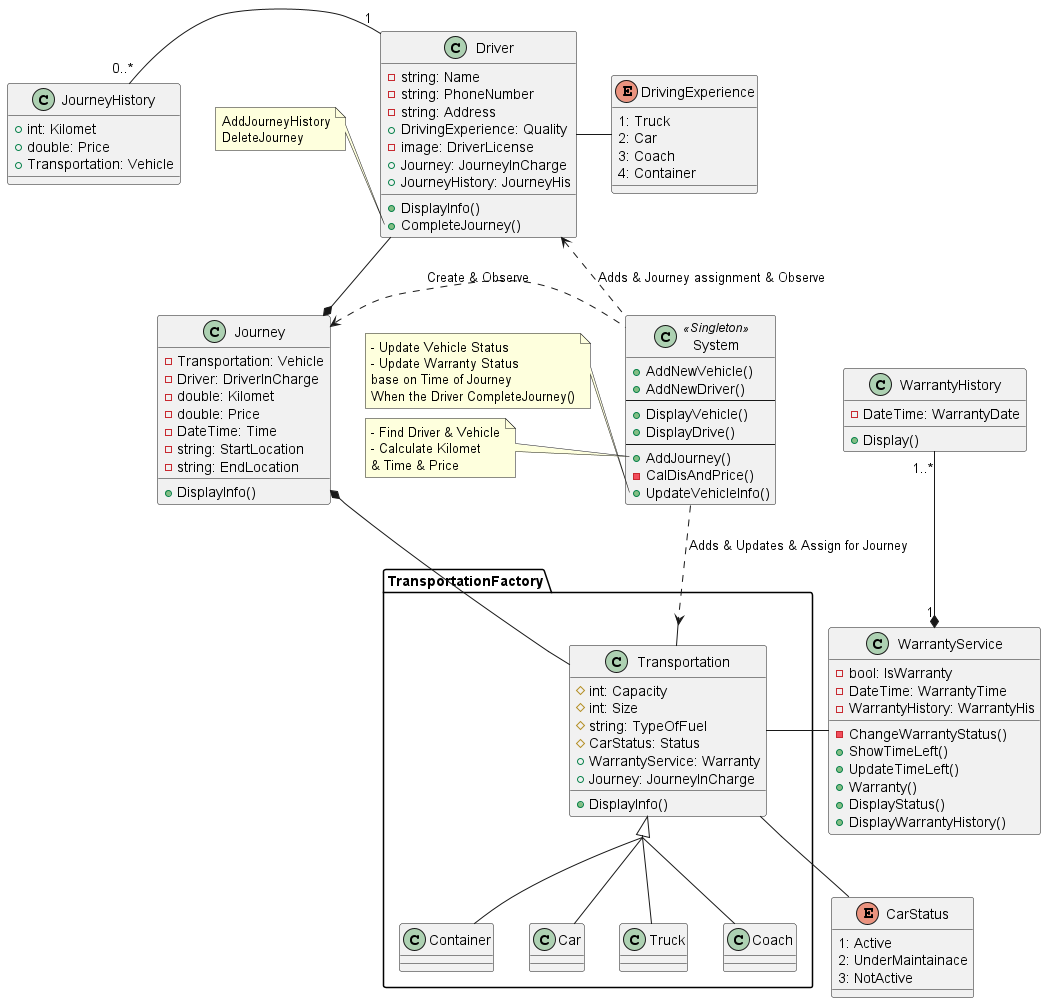
Before: out/Diagram/BTL-LTNC/quan_ly_xe.png, a diagram exported from PlantUML (SirGreen/BTL-LTNC). The source it was exported from:
```plantuml
@startuml quan_ly_xe
skinparam groupInheritance 3

package TransportationFactory <<Folder>>{

    class Transportation{
        # int: Capacity
        # int: Size
        # string: TypeOfFuel
        # CarStatus: Status
        + WarrantyService: Warranty
        + Journey: JourneyInCharge
        + DisplayInfo()
    }

    class Container{
    }

    class Car{
    }

    class Truck{
    }

    class Coach {
}
}

class WarrantyService{
    - bool: IsWarranty
    - DateTime: WarrantyTime
    - WarrantyHistory: WarrantyHis

    - ChangeWarrantyStatus()
    + ShowTimeLeft()
    + UpdateTimeLeft()
    + Warranty()
    + DisplayStatus()
    + DisplayWarrantyHistory()
}

class WarrantyHistory{
    - DateTime: WarrantyDate
    + Display()
}

enum CarStatus{
    1: Active
    2: UnderMaintainace
    3: NotActive
}
class Driver{
    - string: Name
    - string: PhoneNumber
    - string: Address
    + DrivingExperience: Quality
    - image: DriverLicense
    + Journey: JourneyInCharge
    + JourneyHistory: JourneyHis
    + DisplayInfo()
    + CompleteJourney()
}
note left of Driver::CompleteJourney()
    AddJourneyHistory
    DeleteJourney
end note

class Journey{
    - Transportation: Vehicle
    - Driver: DriverInCharge
    - double: Kilomet
    - double: Price
    - DateTime: Time
    - string: StartLocation
    - string: EndLocation
    + DisplayInfo()
}

class JourneyHistory{
    + int: Kilomet
    + double: Price
    + Transportation: Vehicle
}

class System <<Singleton>>{
    + AddNewVehicle()
    + AddNewDriver()
    --
    + DisplayVehicle()
    + DisplayDrive()
    --
    + AddJourney()
    - CalDisAndPrice()
    + UpdateVehicleInfo()
}

note left of System::UpdateVehicleInfo
    - Update Vehicle Status
    - Update Warranty Status
    base on Time of Journey
    When the Driver CompleteJourney()
end note

note left of System::AddJourney
    - Find Driver & Vehicle
    - Calculate Kilomet
    & Time & Price
end note

enum DrivingExperience{
    1: Truck
    2: Car
    3: Coach
    4: Container
}

Transportation <|-- Truck
Transportation <|-- Car
Transportation <|-- Coach
Transportation <|-- Container
Transportation -right- WarrantyService
Driver -right- DrivingExperience
Driver -down-*Journey
CarStatus -up- Transportation
WarrantyService "1" *-up- "1..*" WarrantyHistory
System -down[dashed]-> Transportation: Adds & Updates & Assign for Journey
System -left[dashed]-> Driver: Adds & Journey assignment & Observe
Journey <-right[dashed]- System: Create & Observe
Transportation -left-*Journey
Driver "1"-left-"0..*" JourneyHistory
@enduml
```
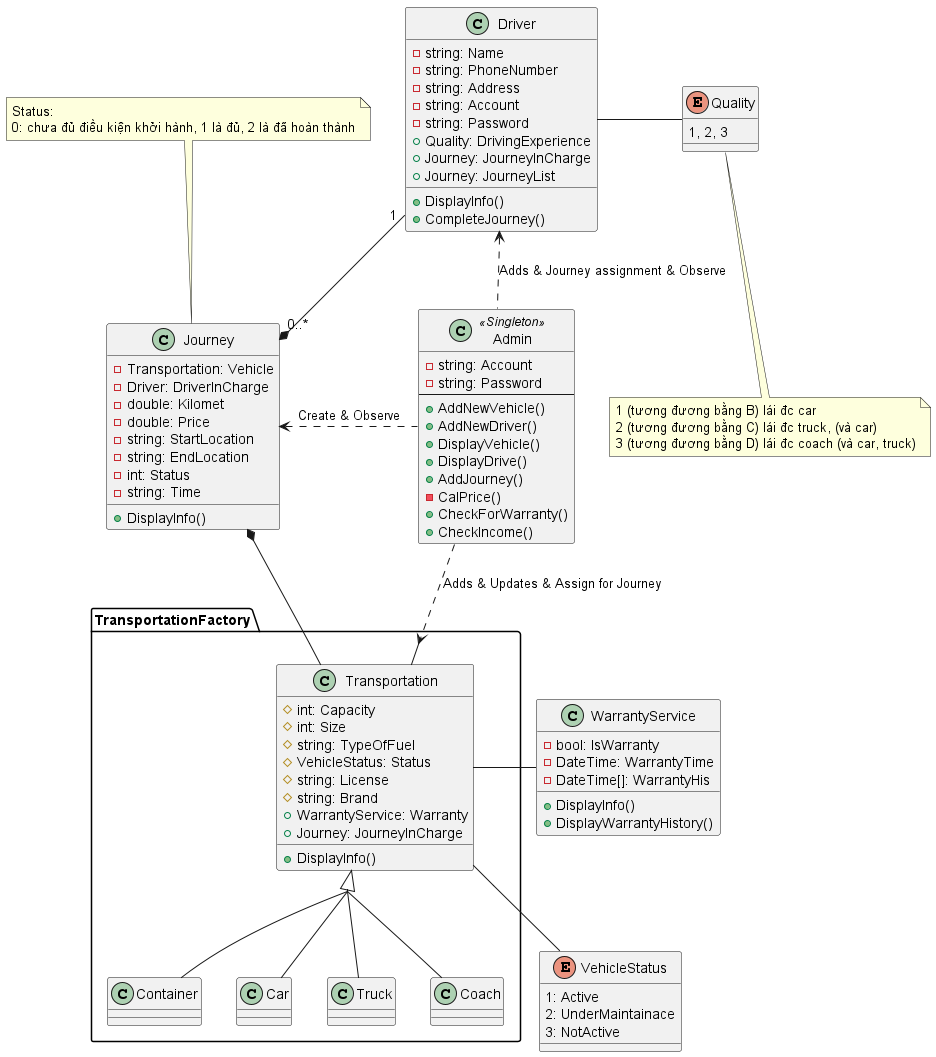
The same file after the commit.

Change to the diagram source:
```diff
@@ -7,7 +7,9 @@
         # int: Capacity
         # int: Size
         # string: TypeOfFuel
-        # CarStatus: Status
+        # VehicleStatus: Status
+        # string: License
+        # string: Brand
         + WarrantyService: Warranty
         + Journey: JourneyInCharge
         + DisplayInfo()
@@ -23,28 +25,19 @@
     }
 
     class Coach {
-}
+    }
 }
 
 class WarrantyService{
     - bool: IsWarranty
     - DateTime: WarrantyTime
-    - WarrantyHistory: WarrantyHis
-
-    - ChangeWarrantyStatus()
-    + ShowTimeLeft()
-    + UpdateTimeLeft()
-    + Warranty()
-    + DisplayStatus()
+    - DateTime[]: WarrantyHis
+    + DisplayInfo()
     + DisplayWarrantyHistory()
 }
 
-class WarrantyHistory{
-    - DateTime: WarrantyDate
-    + Display()
-}
 
-enum CarStatus{
+enum VehicleStatus{
     1: Active
     2: UnderMaintainace
     3: NotActive
@@ -53,79 +46,66 @@
     - string: Name
     - string: PhoneNumber
     - string: Address
-    + DrivingExperience: Quality
-    - image: DriverLicense
+    - string: Account
+    - string: Password
+    + Quality: DrivingExperience
     + Journey: JourneyInCharge
-    + JourneyHistory: JourneyHis
+    + Journey: JourneyList
     + DisplayInfo()
     + CompleteJourney()
 }
-note left of Driver::CompleteJourney()
-    AddJourneyHistory
-    DeleteJourney
-end note
 
 class Journey{
     - Transportation: Vehicle
     - Driver: DriverInCharge
     - double: Kilomet
     - double: Price
-    - DateTime: Time
     - string: StartLocation
     - string: EndLocation
+    - int: Status
+    - string: Time
     + DisplayInfo()
 }
 
-class JourneyHistory{
-    + int: Kilomet
-    + double: Price
-    + Transportation: Vehicle
+note top of Journey
+Status:
+0: chưa đủ điều kiện khởi hành, 1 là đủ, 2 là đã hoàn thành
+end note
+
+class Admin <<Singleton>>{
+    - string: Account
+    - string: Password
+    --
+    + AddNewVehicle()
+    + AddNewDriver()
+    + DisplayVehicle()
+    + DisplayDrive()
+    + AddJourney()
+    - CalPrice()
+    + CheckForWarranty()
+    + CheckIncome()
 }
 
-class System <<Singleton>>{
-    + AddNewVehicle()
-    + AddNewDriver()
-    --
-    + DisplayVehicle()
-    + DisplayDrive()
-    --
-    + AddJourney()
-    - CalDisAndPrice()
-    + UpdateVehicleInfo()
+enum Quality{
+    1, 2, 3
 }
 
-note left of System::UpdateVehicleInfo
-    - Update Vehicle Status
-    - Update Warranty Status
-    base on Time of Journey
-    When the Driver CompleteJourney()
+note bottom of Quality
+1 (tương đương bằng B) lái đc car
+2 (tương đương bằng C) lái đc truck, (và car)
+3 (tương đương bằng D) lái đc coach (và car, truck)
 end note
-
-note left of System::AddJourney
-    - Find Driver & Vehicle
-    - Calculate Kilomet
-    & Time & Price
-end note
-
-enum DrivingExperience{
-    1: Truck
-    2: Car
-    3: Coach
-    4: Container
-}
 
 Transportation <|-- Truck
 Transportation <|-- Car
 Transportation <|-- Coach
 Transportation <|-- Container
 Transportation -right- WarrantyService
-Driver -right- DrivingExperience
-Driver -down-*Journey
-CarStatus -up- Transportation
-WarrantyService "1" *-up- "1..*" WarrantyHistory
-System -down[dashed]-> Transportation: Adds & Updates & Assign for Journey
-System -left[dashed]-> Driver: Adds & Journey assignment & Observe
-Journey <-right[dashed]- System: Create & Observe
+Driver -right- Quality
+Driver "1"-down-* "0..*"Journey
+VehicleStatus -up- Transportation
+Admin -down[dashed]-> Transportation: Adds & Updates & Assign for Journey
+Admin -left[dashed]-> Driver: Adds & Journey assignment & Observe
+Journey <-right[dashed]- Admin: Create & Observe
 Transportation -left-*Journey
-Driver "1"-left-"0..*" JourneyHistory
 @enduml
```
